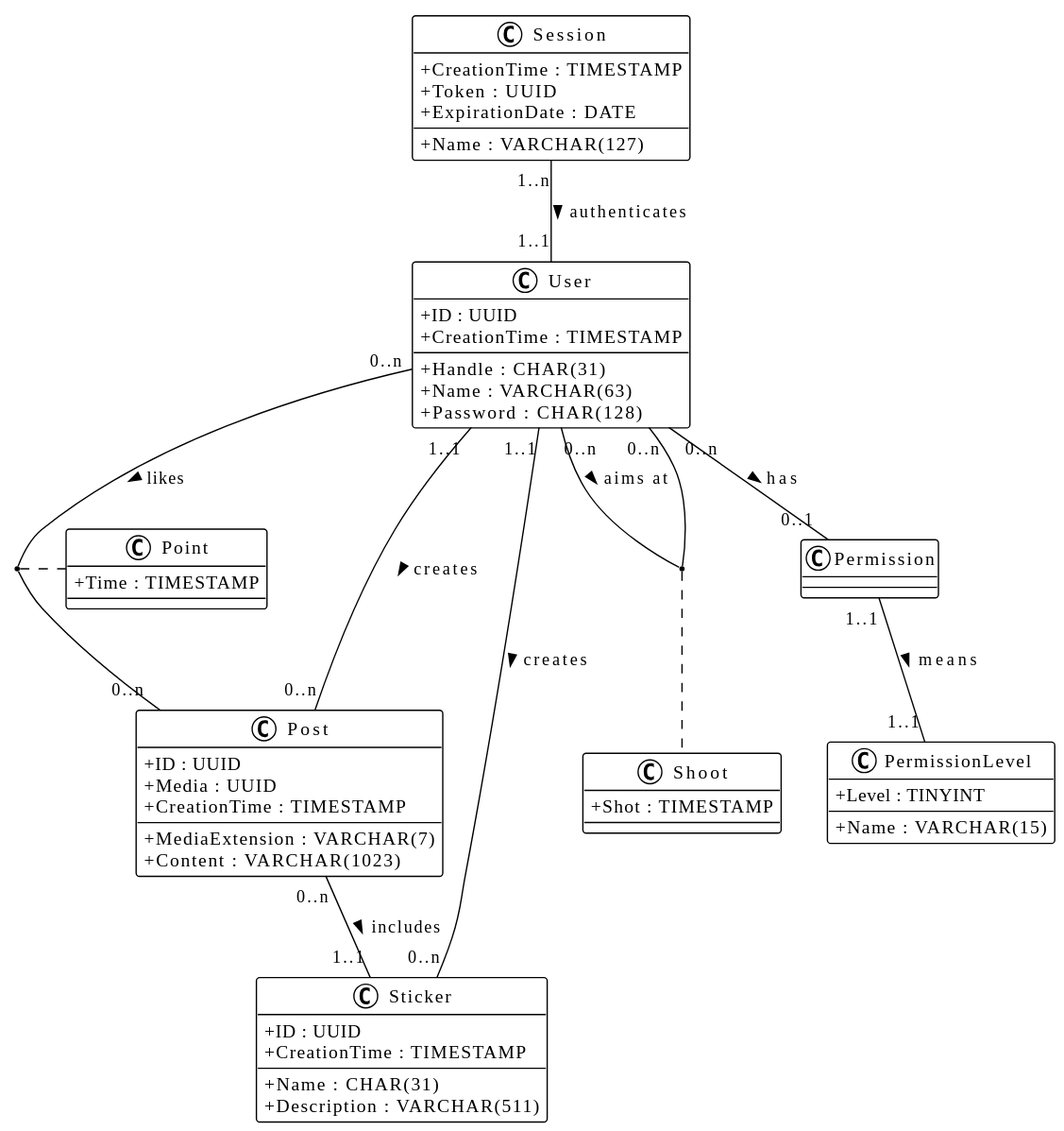
This is doc/hiddlestickUML.svg from luca-baeck/Soziales-Netzwerk, a PlantUML export, as it was before one commit.
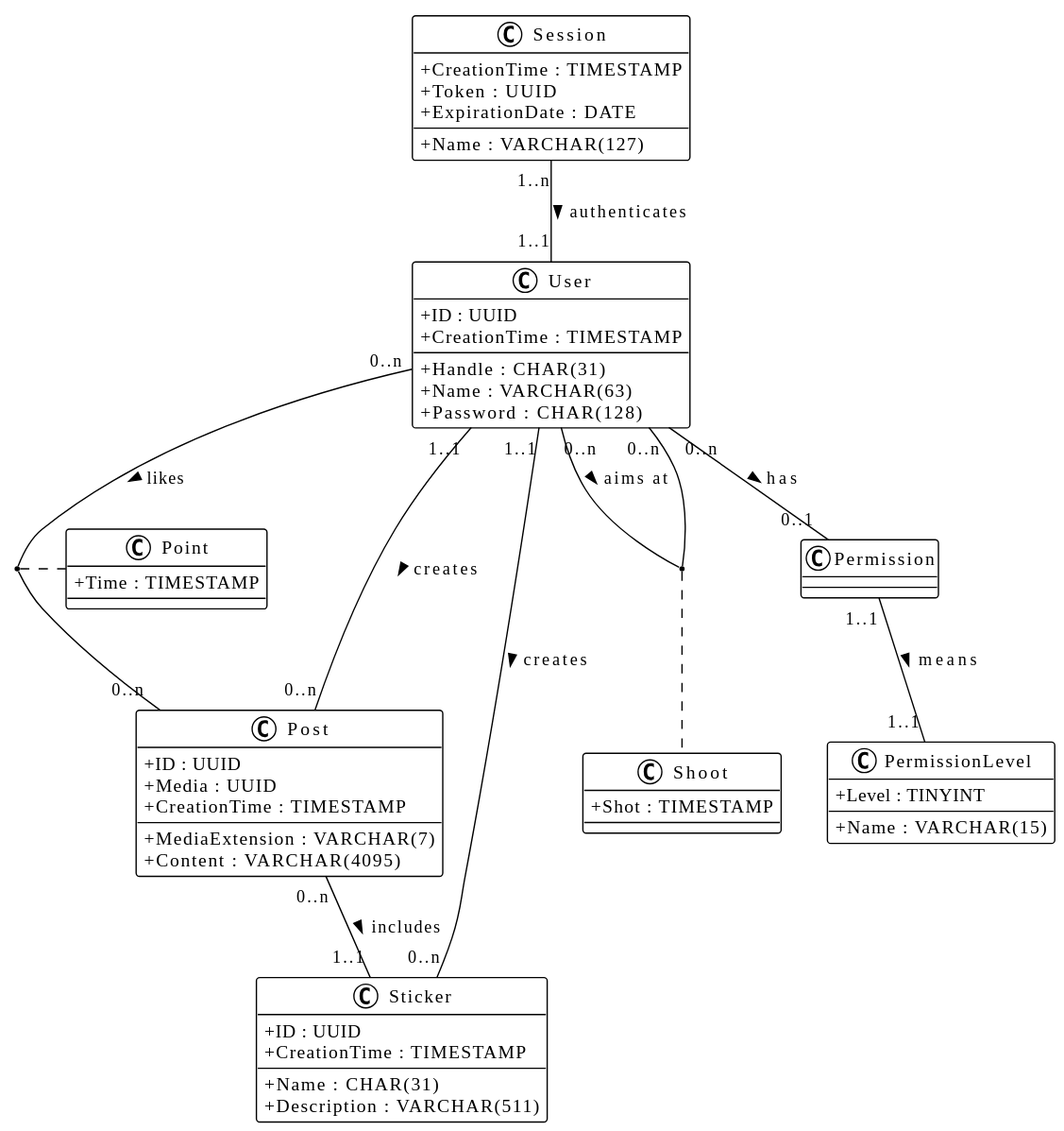
Above is the later version.

The edit, as a diff of the source:
```diff
@@ -14,7 +14,7 @@
     + ID : UUID
     + Media : UUID
     + MediaExtension : VARCHAR(7)
-    + Content : VARCHAR(1023)
+    + Content : VARCHAR(4095)
     + CreationTime : TIMESTAMP
 }
 
```
